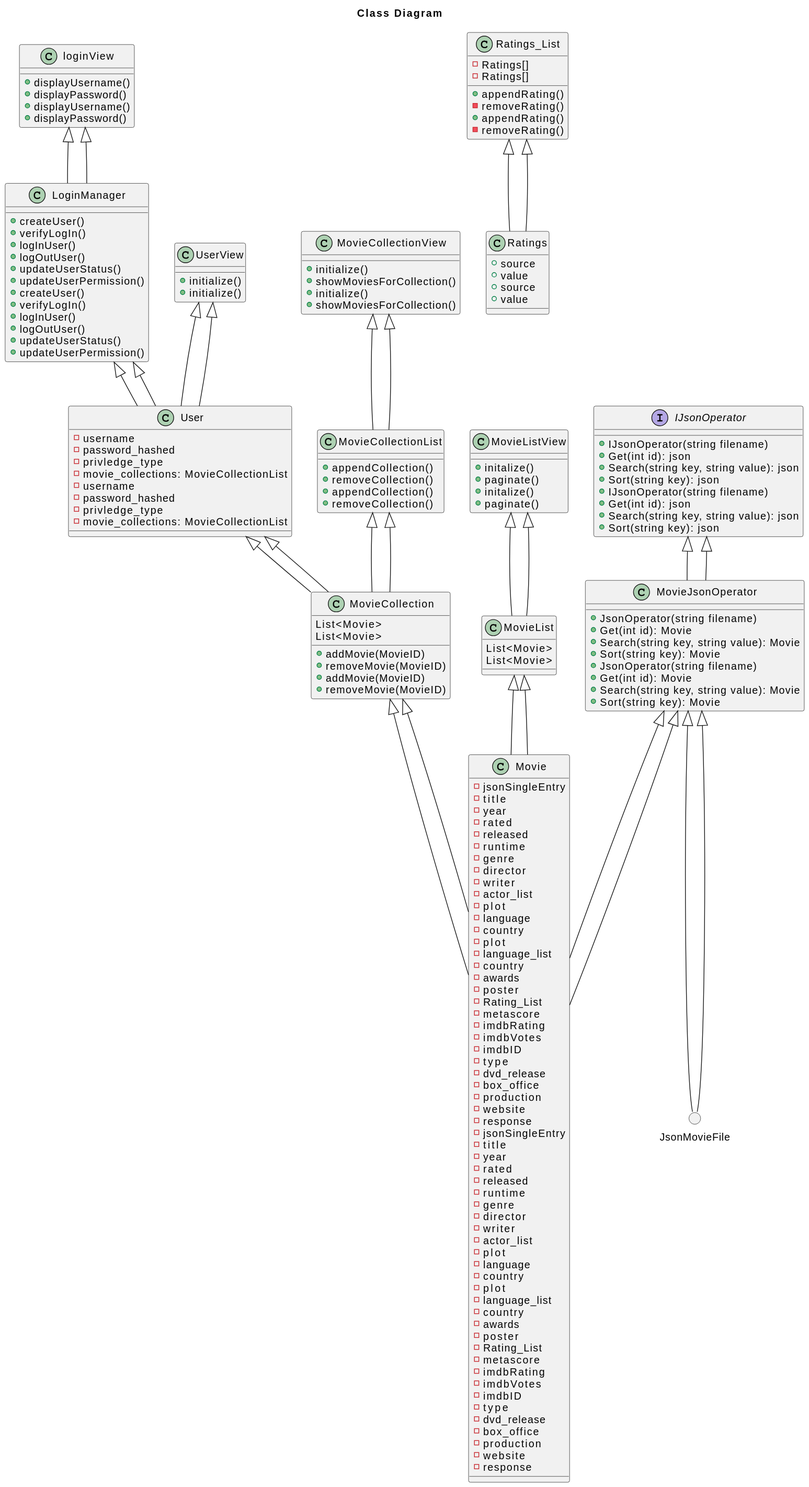
Before: docs/uml-class-diagram.svg, a diagram exported from PlantUML (robotcorner/CS-321-JavaTeamProjectTeam10).
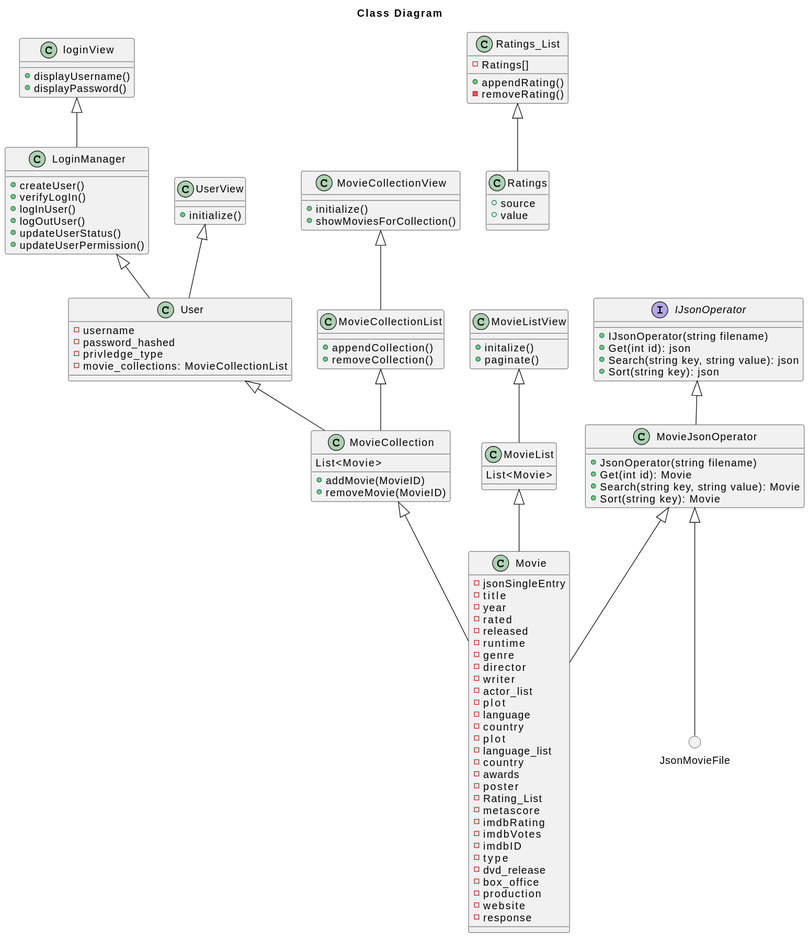
Later version of the same file.

What changed in the source:
```diff
@@ -1,118 +1,4 @@
 @startuml
-title Class Diagram
-
-circle JsonMovieFile
-
-Interface IJsonOperator {
-  +IJsonOperator(string filename)
-  +Get(int id): json
-  +Search(string key, string value): json
-  +Sort(string key): json
-}
-
-class MovieJsonOperator {
-  +JsonOperator(string filename)
-  +Get(int id): Movie
-  +Search(string key, string value): Movie
-  +Sort(string key): Movie
-}
-
-class LoginManager {
-  +createUser()
-  +verifyLogIn()
-  +logInUser()
-  +logOutUser()
-  +updateUserStatus()
-  +updateUserPermission()
-}
-
-class Ratings {
-  +source
-  +value
-}
-
-class Ratings_List {
-  -Ratings[]
-  +appendRating()
-  -removeRating()
-}
-
-class Movie {
-  -jsonSingleEntry
-  -title
-  -year
-  -rated
-  -released
-  -runtime
-  -genre
-  -director
-  -writer
-  -actor_list
-  -plot
-  -language
-  -country
-  -plot
-  -language_list
-  -country
-  -awards
-  -poster
-  -Rating_List
-  -metascore
-  -imdbRating
-  -imdbVotes
-  -imdbID
-  -type
-  -dvd_release
-  -box_office
-  -production
-  -website
-  -response
-}
-
-class User {
-  -username
-  -password_hashed
-  -privledge_type
-  -movie_collections: MovieCollectionList
-}
-
-class UserView {
-  +initialize()
-}
-
-class MovieCollectionList {
-  +appendCollection()
-  +removeCollection()
-}
-
-class MovieCollection {
-  +addMovie(MovieID)
-  +removeMovie(MovieID)
-  List<Movie>
-}
-
-class loginView {
-  +displayUsername()
-  +displayPassword()
-}
-
-class MovieCollectionView {
-  +initialize()
-  +showMoviesForCollection()
-}
-
-class MovieList {
-  List<Movie>
-}
-
-class MovieListView {
-  +initalize()
-  +paginate()
-}
-
-MovieListView <|-- MovieList
-MovieList <|-- Movie
-User <|-- MovieCollection
 title Class Diagram
 
 circle JsonMovieFile
@@ -237,17 +123,4 @@
 MovieJsonOperator <|-- Movie
 MovieJsonOperator <|-- JsonMovieFile
 UserView <|-- User
-
-
-
-MovieCollectionView <|-- MovieCollectionList
-loginView <|-- LoginManager
-LoginManager <|-- User
-MovieCollectionList <|-- MovieCollection
-IJsonOperator <|-- MovieJsonOperator
-Ratings_List <|-- Ratings
-MovieCollection <|-- Movie
-MovieJsonOperator <|-- Movie
-MovieJsonOperator <|-- JsonMovieFile
-UserView <|-- User
 @enduml
```
